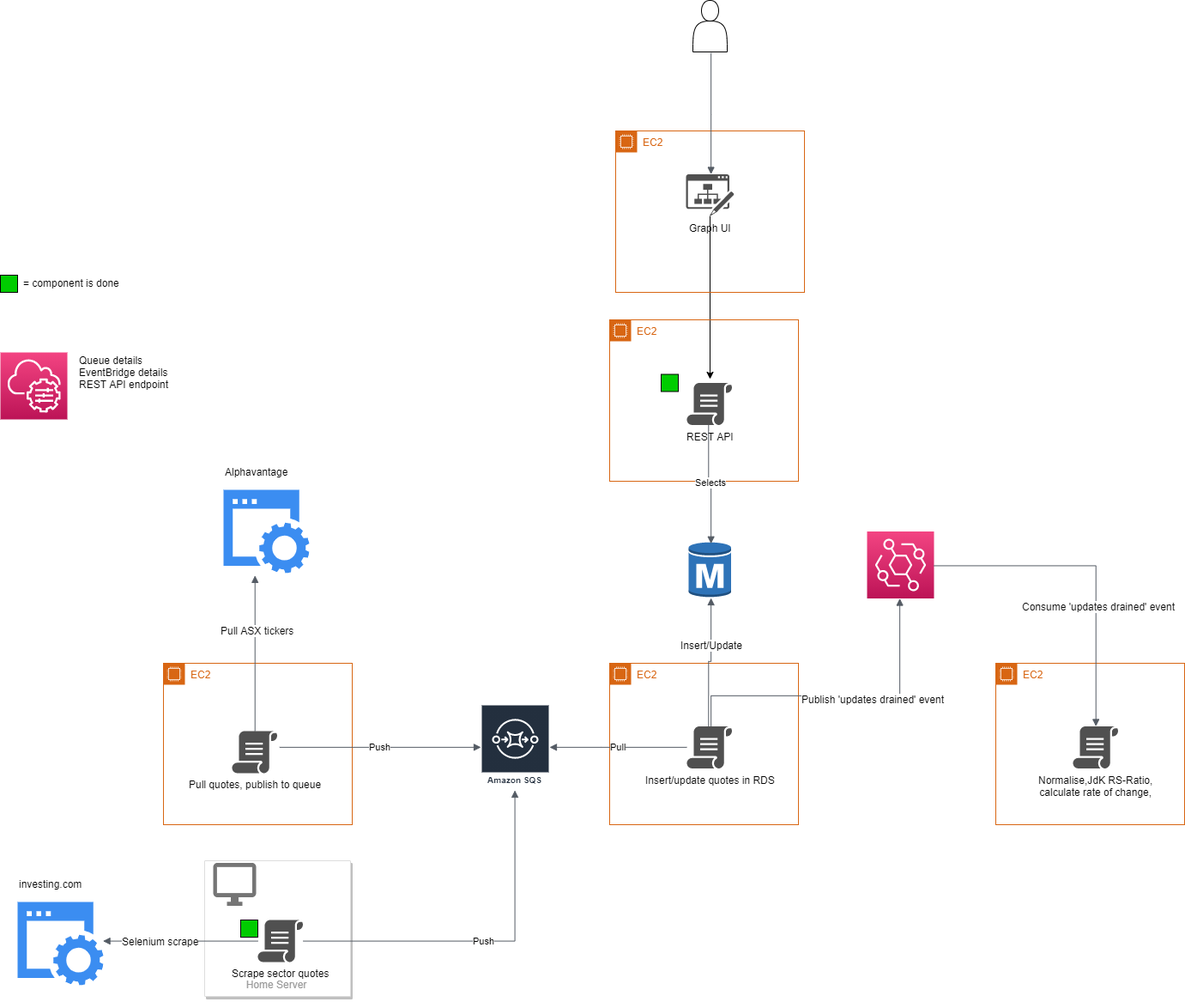
Earlier version of the draw.io export solution architecture.png (chris-t-fernando/rrg). Source tidied: cells renumbered, new cells last; positions are measured from the earlier drawing's top-left corner, leaving out a move shared by most shapes.
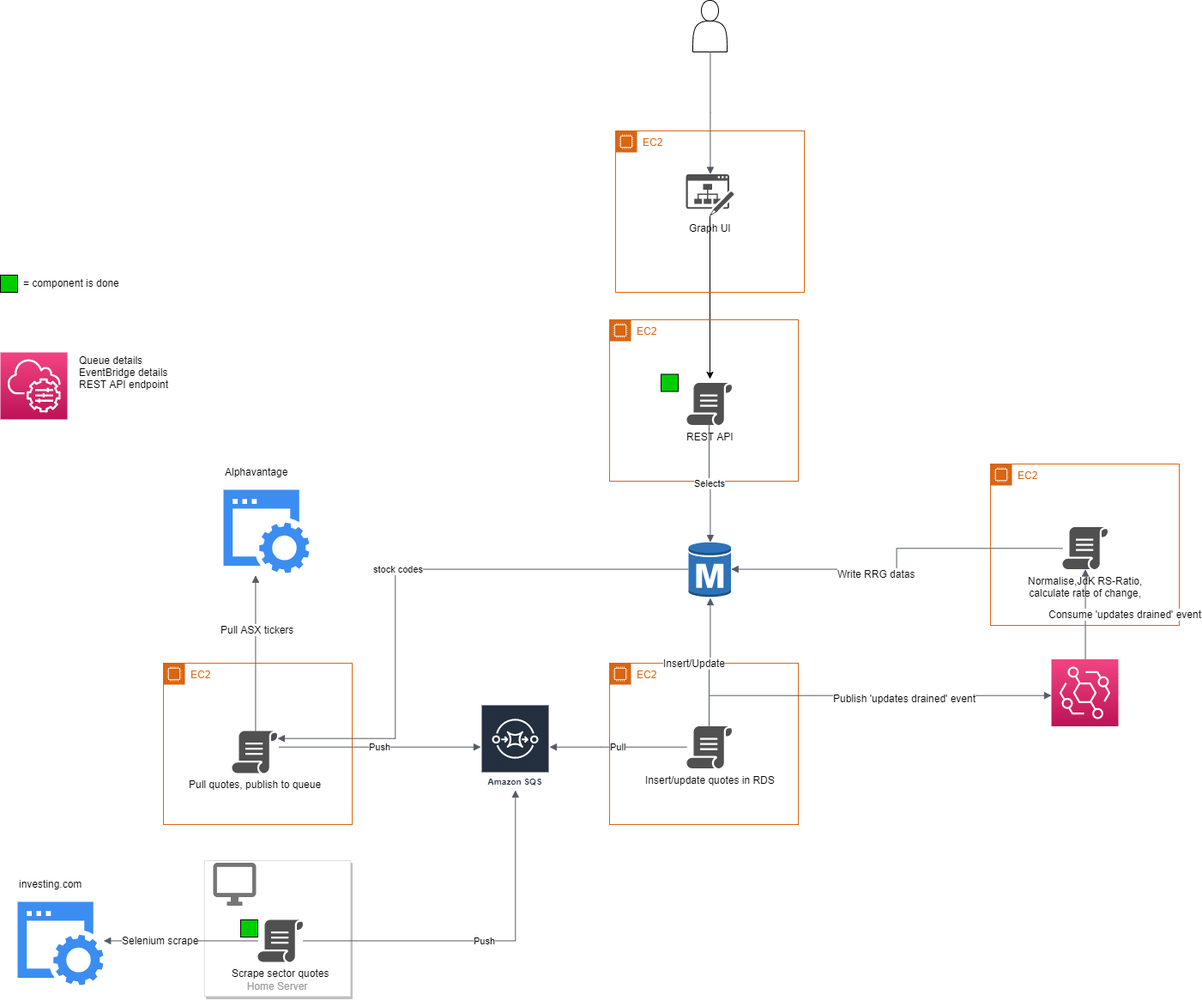
Above is the later version.

The edit, as a diff of the source:
```diff
@@ -101,7 +101,7 @@
       </mxGeometry>
     </mxCell>
     <mxCell id="26" style="outlineConnect=0;fontColor=#232F3E;gradientColor=#F34482;gradientDirection=north;fillColor=#BC1356;strokeColor=#ffffff;dashed=0;verticalLabelPosition=bottom;verticalAlign=top;align=center;html=1;fontSize=12;fontStyle=0;shape=mxgraph.aws4.resourceIcon;resIcon=mxgraph.aws4.eventbridge;" parent="1" vertex="1">
-      <mxGeometry x="1010" y="618.5" width="78" height="78" as="geometry" />
+      <mxGeometry x="1225" y="767.5" width="78" height="78" as="geometry" />
     </mxCell>
     <mxCell id="27" style="edgeStyle=orthogonalEdgeStyle;html=1;endArrow=none;elbow=vertical;startArrow=block;startFill=1;strokeColor=#545B64;rounded=0;" parent="1" edge="1" source="26" target="16">
       <mxGeometry relative="1" as="geometry">
@@ -121,17 +121,13 @@
       <mxGeometry x="90" y="410" width="120" height="40" as="geometry" />
     </mxCell>
     <mxCell id="31" value="EC2" style="gradientColor=none;html=1;whiteSpace=wrap;fontSize=12;fontStyle=0;shape=mxgraph.aws4.group;grIcon=mxgraph.aws4.group_ec2_instance_contents;strokeColor=#D86613;fillColor=none;verticalAlign=top;align=left;spacingLeft=30;fontColor=#D86613;dashed=0;" parent="1" vertex="1">
-      <mxGeometry x="1160" y="772" width="220" height="188" as="geometry" />
+      <mxGeometry x="1154" y="540" width="220" height="188" as="geometry" />
     </mxCell>
     <mxCell id="32" value="Normalise,JdK RS-Ratio,&lt;br&gt;calculate rate of change," style="shadow=0;dashed=0;html=1;strokeColor=none;fillColor=#505050;labelPosition=center;verticalLabelPosition=bottom;verticalAlign=top;outlineConnect=0;align=center;shape=mxgraph.office.concepts.script;" parent="1" vertex="1">
-      <mxGeometry x="1250" y="845.5" width="53" height="49" as="geometry" />
+      <mxGeometry x="1238" y="613.5" width="53" height="49" as="geometry" />
     </mxCell>
     <mxCell id="33" style="edgeStyle=orthogonalEdgeStyle;html=1;endArrow=none;elbow=vertical;startArrow=block;startFill=1;strokeColor=#545B64;rounded=0;" parent="1" edge="1" source="32" target="26">
-      <mxGeometry relative="1" as="geometry">
-        <Array as="points">
-          <mxPoint x="1277" y="658" />
-        </Array>
-      </mxGeometry>
+      <mxGeometry relative="1" as="geometry" />
     </mxCell>
     <mxCell id="34" value="Consume 'updates drained' event" style="text;html=1;align=center;verticalAlign=middle;labelBackgroundColor=#ffffff;" parent="33" vertex="1">
       <mxGeometry x="-0.01" y="46" relative="1" as="geometry" />
@@ -166,5 +162,19 @@
     <mxCell id="44" value="= component is done" style="text;html=1;align=left;verticalAlign=top;spacingTop=-4;" parent="1" vertex="1">
       <mxGeometry x="25" y="320" width="130" height="20" as="geometry" />
     </mxCell>
+    <mxCell id="45" value="stock codes" style="edgeStyle=orthogonalEdgeStyle;html=1;endArrow=none;elbow=vertical;startArrow=block;startFill=1;strokeColor=#545B64;rounded=0;entryX=0;entryY=0.5;entryDx=0;entryDy=0;entryPerimeter=0;" parent="1" edge="1" source="12" target="21">
+      <mxGeometry relative="1" as="geometry">
+        <Array as="points">
+          <mxPoint x="460" y="860" />
+          <mxPoint x="460" y="663" />
+        </Array>
+      </mxGeometry>
+    </mxCell>
+    <mxCell id="46" style="edgeStyle=orthogonalEdgeStyle;html=1;endArrow=none;elbow=vertical;startArrow=block;startFill=1;strokeColor=#545B64;rounded=0;exitX=1;exitY=0.5;exitDx=0;exitDy=0;exitPerimeter=0;" parent="1" edge="1" source="21" target="32">
+      <mxGeometry relative="1" as="geometry" />
+    </mxCell>
+    <mxCell id="47" value="Write RRG datas" style="text;html=1;align=center;verticalAlign=middle;labelBackgroundColor=#ffffff;" parent="46" vertex="1">
+      <mxGeometry x="-0.18" y="-5" relative="1" as="geometry" />
+    </mxCell>
   </root>
 </mxGraphModel>
```
